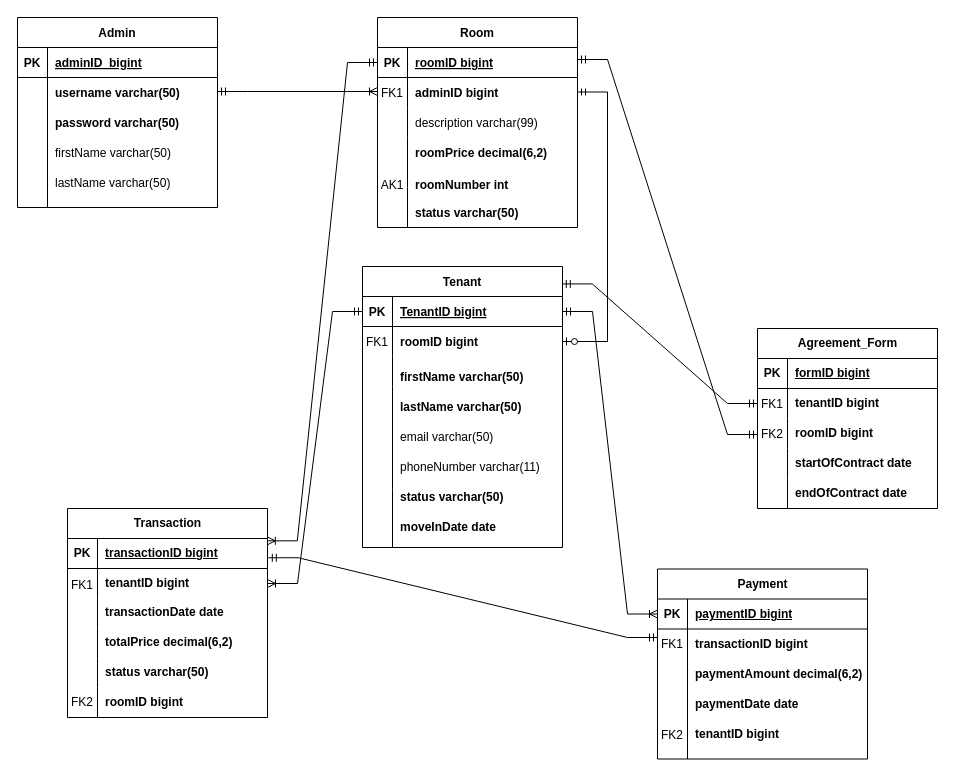
This is ERD.drawio from Beskiit/DIAGRAMS, a draw.io file, before an edit. Source tidied: cells renumbered, new cells numbered last; positions are measured from the earlier drawing's top-left corner, leaving out a move shared by most shapes. Both pictures are drawn from the tidied source at 100%, with x=0, y=0 at pixel (17, 17).
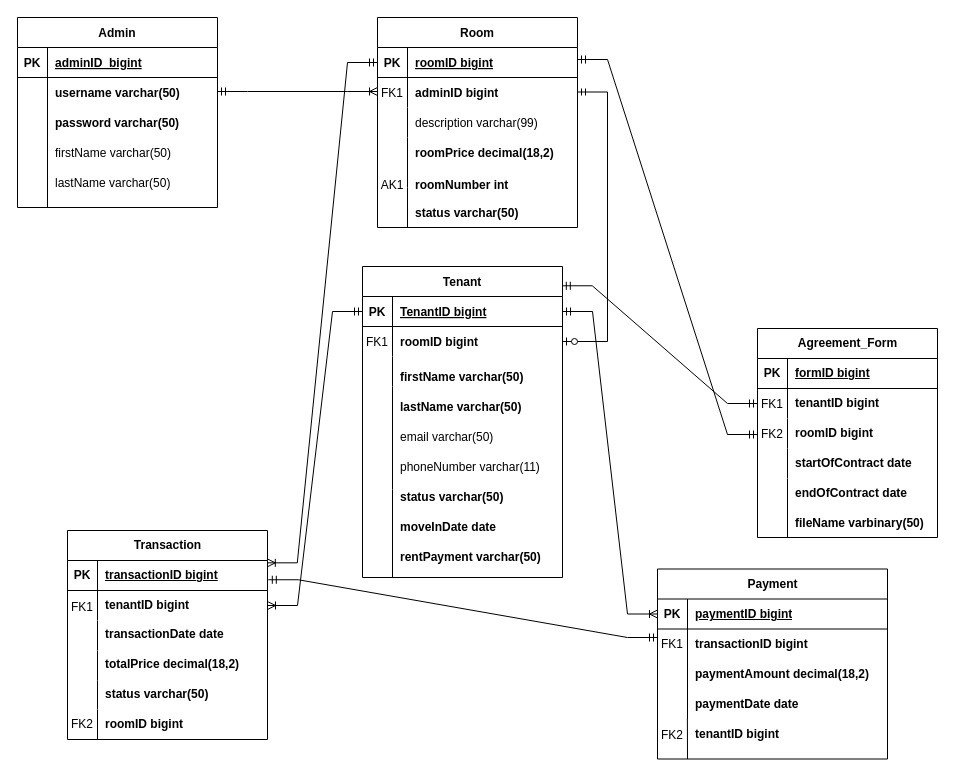
Above is the later version.

The change refers to these unchanged cells:
```xml
<mxCell id="57" style="shape=tableRow;horizontal=0;startSize=0;swimlaneHead=0;swimlaneBody=0;fillColor=none;points=[[0,0.5],[1,0.5]];portConstraint=eastwest;top=0;left=0;right=0;bottom=0;" parent="47" vertex="1">
  <mxGeometry y="120" width="200" height="30" as="geometry" />
</mxCell>
```

What changed in the source:
```diff
@@
     <mxCell id="12" value="Tenant" style="shape=table;startSize=30;childLayout=tableLayout;rowLines=0;fontStyle=1;align=center;" parent="1" vertex="1">
-      <mxGeometry x="345" y="249" width="200" height="281" as="geometry" />
+      <mxGeometry x="345" y="249" width="200" height="311" as="geometry" />
     </mxCell>
@@
-    <mxCell id="40" value="roomPrice decimal(6,2)" style="shape=partialRectangle;overflow=hidden;fillColor=none;top=0;left=0;bottom=0;right=0;align=left;spacingLeft=6;fontStyle=1;" parent="1" vertex="1">
+    <mxCell id="40" value="roomPrice decimal(18,2)" style="shape=partialRectangle;overflow=hidden;fillColor=none;top=0;left=0;bottom=0;right=0;align=left;spacingLeft=6;fontStyle=1;" parent="1" vertex="1">
       <mxGeometry x="390" y="120" width="220" height="30" as="geometry" />
     </mxCell>
@@
     <mxCell id="47" value="Transaction" style="shape=table;startSize=30;childLayout=tableLayout;rowLines=0;fontStyle=1;align=center;html=1;" parent="1" vertex="1">
-      <mxGeometry x="50" y="491" width="200" height="209" as="geometry" />
+      <mxGeometry x="50" y="513" width="200" height="209" as="geometry" />
     </mxCell>
@@
     <mxCell id="60" value="FK1" style="shape=partialRectangle;overflow=hidden;fillColor=none;top=0;left=0;bottom=0;right=0;" parent="1" vertex="1">
-      <mxGeometry x="50" y="551.5" width="30" height="30" as="geometry" />
+      <mxGeometry x="50" y="573.5" width="30" height="30" as="geometry" />
     </mxCell>
     <mxCell id="61" style="endArrow=none;html=1;rounded=0;entryX=0.15;entryY=0.997;entryDx=0;entryDy=0;entryPerimeter=0;" parent="1" edge="1" target="57">
       <mxGeometry relative="1" as="geometry">
-        <mxPoint x="80" y="670" as="sourcePoint" />
+        <mxPoint x="80" y="692" as="sourcePoint" />
       </mxGeometry>
     </mxCell>
     <mxCell id="62" value="&lt;b&gt;transactionDate date&lt;/b&gt;" style="shape=partialRectangle;fillColor=none;top=0;left=0;bottom=0;right=0;align=left;spacingLeft=6;overflow=hidden;whiteSpace=wrap;html=1;" parent="1" vertex="1">
-      <mxGeometry x="80" y="580" width="170" height="30" as="geometry" />
+      <mxGeometry x="80" y="602" width="170" height="30" as="geometry" />
     </mxCell>
-    <mxCell id="63" value="&lt;b&gt;totalPrice decimal(6,2)&lt;/b&gt;" style="shape=partialRectangle;fillColor=none;top=0;left=0;bottom=0;right=0;align=left;spacingLeft=6;overflow=hidden;whiteSpace=wrap;html=1;" parent="1" vertex="1">
-      <mxGeometry x="80" y="610" width="170" height="30" as="geometry" />
+    <mxCell id="63" value="&lt;b&gt;totalPrice decimal(18,2)&lt;/b&gt;" style="shape=partialRectangle;fillColor=none;top=0;left=0;bottom=0;right=0;align=left;spacingLeft=6;overflow=hidden;whiteSpace=wrap;html=1;" parent="1" vertex="1">
+      <mxGeometry x="80" y="632" width="170" height="30" as="geometry" />
     </mxCell>
     <mxCell id="64" value="&lt;b&gt;status varchar(50)&lt;/b&gt;" style="shape=partialRectangle;fillColor=none;top=0;left=0;bottom=0;right=0;align=left;spacingLeft=6;overflow=hidden;whiteSpace=wrap;html=1;" parent="1" vertex="1">
-      <mxGeometry x="80" y="640" width="170" height="30" as="geometry" />
+      <mxGeometry x="80" y="662" width="170" height="30" as="geometry" />
     </mxCell>
     <mxCell id="65" value="Payment" style="shape=table;startSize=30;childLayout=tableLayout;rowLines=0;fontStyle=1;align=center;html=1;" parent="1" vertex="1">
-      <mxGeometry x="640" y="551.5" width="210" height="190" as="geometry" />
+      <mxGeometry x="640" y="551.5" width="230" height="190" as="geometry" />
     </mxCell>
     <mxCell id="66" style="shape=tableRow;horizontal=0;startSize=0;swimlaneHead=0;swimlaneBody=0;fillColor=none;points=[[0,0.5],[1,0.5]];portConstraint=eastwest;top=0;left=0;right=0;bottom=1;" parent="65" vertex="1">
-      <mxGeometry y="30" width="210" height="30" as="geometry" />
+      <mxGeometry y="30" width="230" height="30" as="geometry" />
     </mxCell>
@@
     <mxCell id="68" value="paymentID bigint" style="shape=partialRectangle;fillColor=none;top=0;left=0;bottom=0;right=0;align=left;spacingLeft=6;fontStyle=5;overflow=hidden;whiteSpace=wrap;html=1;" parent="66" vertex="1">
-      <mxGeometry x="30" width="180" height="30" as="geometry" />
+      <mxGeometry x="30" width="200" height="30" as="geometry" />
     </mxCell>
     <mxCell id="69" style="shape=tableRow;horizontal=0;startSize=0;swimlaneHead=0;swimlaneBody=0;fillColor=none;top=0;left=0;right=0;bottom=0;" parent="65" vertex="1">
-      <mxGeometry y="60" width="210" height="30" as="geometry" />
+      <mxGeometry y="60" width="230" height="30" as="geometry" />
     </mxCell>
@@
     <mxCell id="71" value="&lt;b&gt;transactionID bigint&lt;/b&gt;" style="shape=partialRectangle;fillColor=none;top=0;left=0;bottom=0;right=0;align=left;spacingLeft=6;overflow=hidden;whiteSpace=wrap;html=1;" parent="69" vertex="1">
-      <mxGeometry x="30" width="180" height="30" as="geometry" />
+      <mxGeometry x="30" width="200" height="30" as="geometry" />
     </mxCell>
     <mxCell id="72" style="shape=tableRow;horizontal=0;startSize=0;swimlaneHead=0;swimlaneBody=0;fillColor=none;top=0;left=0;right=0;bottom=0;" parent="65" vertex="1">
-      <mxGeometry y="90" width="210" height="30" as="geometry" />
+      <mxGeometry y="90" width="230" height="30" as="geometry" />
     </mxCell>
@@
-    <mxCell id="74" value="&lt;b&gt;paymentAmount decimal(6,2)&lt;/b&gt;" style="shape=partialRectangle;fillColor=none;top=0;left=0;bottom=0;right=0;align=left;spacingLeft=6;overflow=hidden;whiteSpace=wrap;html=1;" parent="72" vertex="1">
-      <mxGeometry x="30" width="180" height="30" as="geometry" />
+    <mxCell id="74" value="&lt;b&gt;paymentAmount decimal(18,2)&lt;/b&gt;" style="shape=partialRectangle;fillColor=none;top=0;left=0;bottom=0;right=0;align=left;spacingLeft=6;overflow=hidden;whiteSpace=wrap;html=1;" parent="72" vertex="1">
+      <mxGeometry x="30" width="200" height="30" as="geometry" />
     </mxCell>
     <mxCell id="75" style="shape=tableRow;horizontal=0;startSize=0;swimlaneHead=0;swimlaneBody=0;fillColor=none;points=[[0,0.5],[1,0.5]];portConstraint=eastwest;top=0;left=0;right=0;bottom=0;" parent="65" vertex="1">
-      <mxGeometry y="120" width="210" height="30" as="geometry" />
+      <mxGeometry y="120" width="230" height="30" as="geometry" />
     </mxCell>
@@
     <mxCell id="77" value="&lt;b&gt;paymentDate date&lt;/b&gt;" style="shape=partialRectangle;fillColor=none;top=0;left=0;bottom=0;right=0;align=left;spacingLeft=6;overflow=hidden;whiteSpace=wrap;html=1;" parent="75" vertex="1">
-      <mxGeometry x="30" width="180" height="30" as="geometry" />
+      <mxGeometry x="30" width="200" height="30" as="geometry" />
     </mxCell>
@@
     <mxCell id="79" value="Agreement_Form" style="shape=table;startSize=30;childLayout=tableLayout;rowLines=0;fontStyle=1;align=center;html=1;" parent="1" vertex="1">
-      <mxGeometry x="740" y="311" width="180" height="180" as="geometry" />
+      <mxGeometry x="740" y="311" width="180" height="209" as="geometry" />
     </mxCell>
@@
     <mxCell id="97" style="endArrow=none;html=1;rounded=0;" parent="1" edge="1">
       <mxGeometry relative="1" as="geometry">
-        <mxPoint x="770" y="491" as="sourcePoint" />
+        <mxPoint x="770" y="520" as="sourcePoint" />
         <mxPoint x="770" y="461" as="targetPoint" />
       </mxGeometry>
     </mxCell>
@@
-    <mxCell id="111" style="endArrow=none;html=1;rounded=0;entryX=0.143;entryY=0.953;entryDx=0;entryDy=0;entryPerimeter=0;" parent="1" edge="1" target="75">
+    <mxCell id="111" style="endArrow=none;html=1;rounded=0;entryX=0.13;entryY=0.996;entryDx=0;entryDy=0;entryPerimeter=0;" parent="1" edge="1" target="75">
       <mxGeometry relative="1" as="geometry">
         <mxPoint x="670" y="741.5" as="sourcePoint" />
       </mxGeometry>
     </mxCell>
@@
     <mxCell id="115" style="endArrow=none;html=1;rounded=0;" parent="1" edge="1">
       <mxGeometry relative="1" as="geometry">
-        <mxPoint x="375" y="530" as="sourcePoint" />
+        <mxPoint x="375" y="560" as="sourcePoint" />
         <mxPoint x="375" y="500" as="targetPoint" />
       </mxGeometry>
     </mxCell>
@@
     <mxCell id="117" style="endArrow=none;html=1;rounded=0;" parent="1" edge="1">
       <mxGeometry relative="1" as="geometry">
-        <mxPoint x="80" y="700" as="sourcePoint" />
-        <mxPoint x="80" y="670" as="targetPoint" />
+        <mxPoint x="80" y="722" as="sourcePoint" />
+        <mxPoint x="80" y="692" as="targetPoint" />
       </mxGeometry>
     </mxCell>
     <mxCell id="118" value="&lt;b&gt;roomID bigint&lt;/b&gt;" style="shape=partialRectangle;fillColor=none;top=0;left=0;bottom=0;right=0;align=left;spacingLeft=6;overflow=hidden;whiteSpace=wrap;html=1;" parent="1" vertex="1">
-      <mxGeometry x="80" y="670" width="170" height="30" as="geometry" />
+      <mxGeometry x="80" y="692" width="170" height="30" as="geometry" />
     </mxCell>
     <mxCell id="119" value="FK2" style="shape=partialRectangle;overflow=hidden;fillColor=none;top=0;left=0;bottom=0;right=0;" parent="1" vertex="1">
-      <mxGeometry x="50" y="669" width="30" height="30" as="geometry" />
+      <mxGeometry x="50" y="691" width="30" height="30" as="geometry" />
     </mxCell>
@@
+    <mxCell id="122" value="rentPayment varchar(50)" style="shape=partialRectangle;overflow=hidden;fillColor=none;top=0;left=0;bottom=0;right=0;align=left;spacingLeft=6;fontStyle=1;" parent="1" vertex="1">
+      <mxGeometry x="375" y="524" width="220" height="30" as="geometry" />
+    </mxCell>
+    <mxCell id="123" value="&lt;b&gt;fileName varbinary(50)&lt;/b&gt;" style="shape=partialRectangle;fillColor=none;top=0;left=0;bottom=0;right=0;align=left;spacingLeft=6;overflow=hidden;whiteSpace=wrap;html=1;" parent="1" vertex="1">
+      <mxGeometry x="770" y="491" width="150" height="30" as="geometry" />
+    </mxCell>
```
